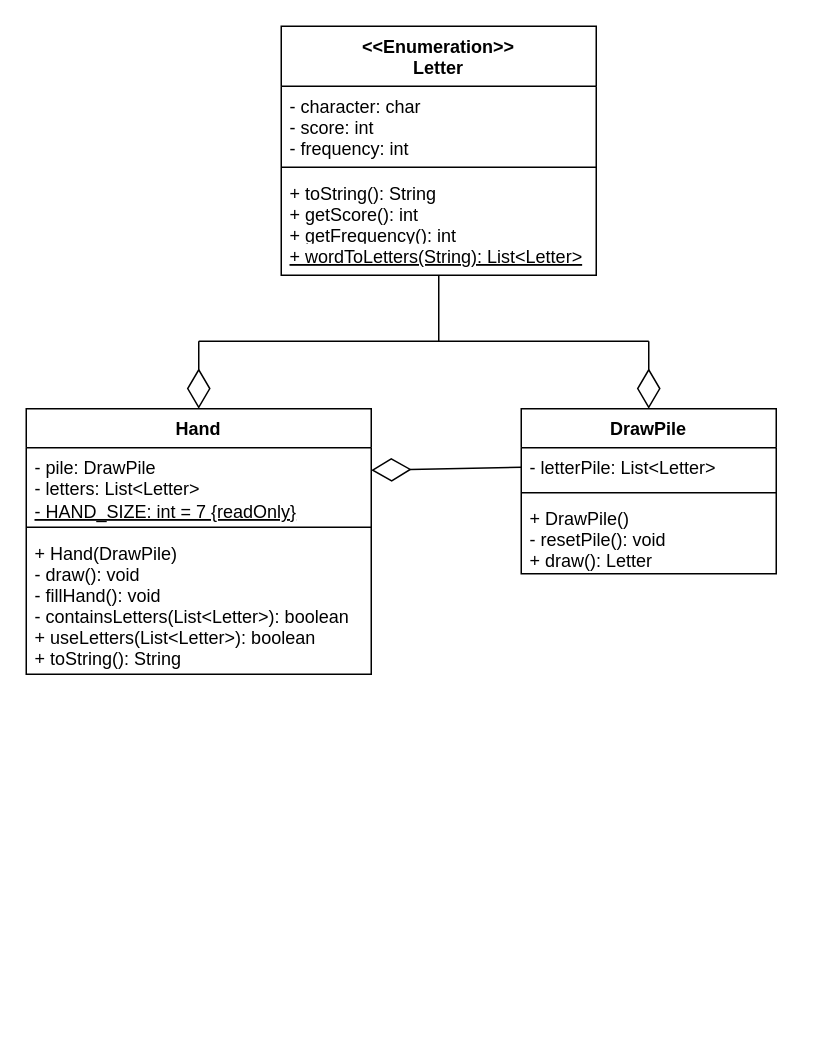
Before: src/ScuffleUML.drawio in trk20/Scuffle, a draw.io diagram. Source tidied: cells renumbered, new cells numbered last; positions are measured from the earlier drawing's top-left corner, leaving out a move shared by most shapes. Both pictures are drawn from the tidied source at 150%, with x=0, y=0 at pixel (26, 26).
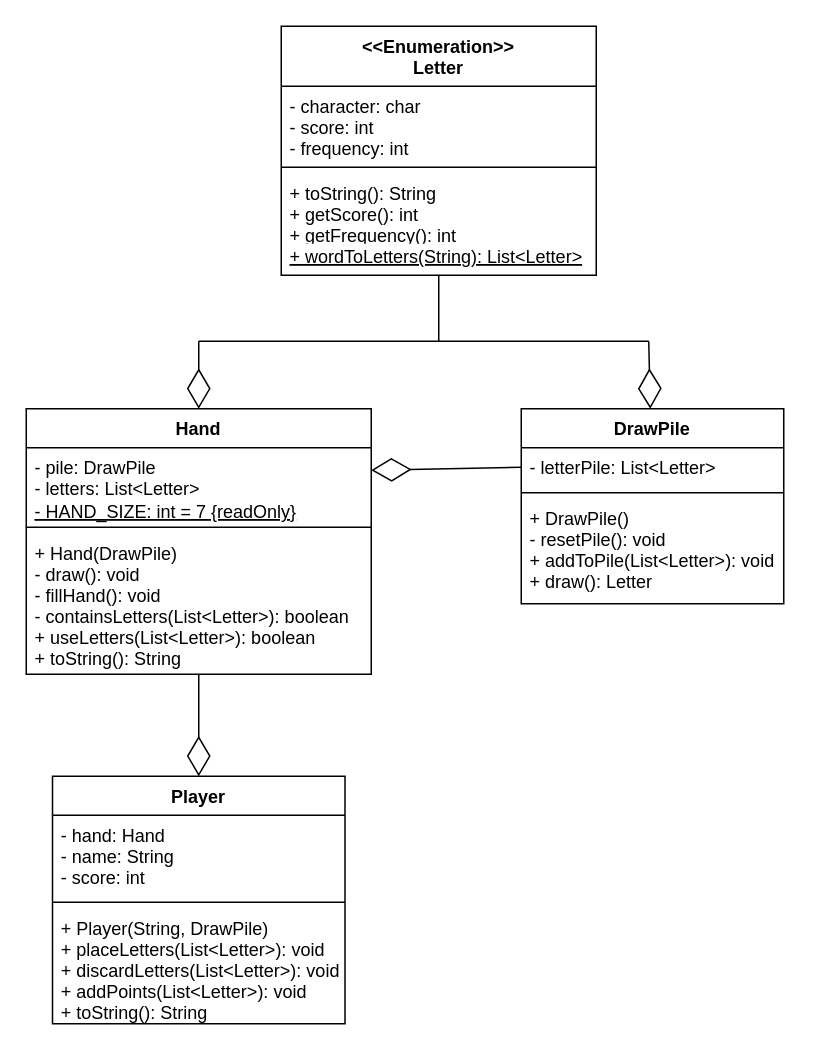
After the change.

Commit message (it also covers changes not shown here):
Player UML

The change refers to these unchanged cells:
```xml
<mxCell id="11" value="+ Hand(DrawPile)&#10;- draw(): void&#10;- fillHand(): void&#10;- containsLetters(List&lt;Letter&gt;): boolean&#10;+ useLetters(List&lt;Letter&gt;): boolean&#10;+ toString(): String" style="text;strokeColor=none;fillColor=none;align=left;verticalAlign=top;spacingLeft=4;spacingRight=4;overflow=hidden;points=[[0,0.5],[1,0.5]];portConstraint=eastwest;" parent="7" vertex="1">
  <mxGeometry y="83" width="230" height="94" as="geometry" />
</mxCell>
```

Change to the diagram source:
```diff
@@
     <mxCell id="2" value="DrawPile" style="swimlane;fontStyle=1;align=center;verticalAlign=top;horizontal=1;startSize=26;" parent="1" vertex="1">
-      <mxGeometry x="330" y="255" width="170" height="110" as="geometry" />
+      <mxGeometry x="330" y="255" width="175" height="130" as="geometry" />
     </mxCell>
     <mxCell id="3" value="- letterPile: List&lt;Letter&gt;" style="text;strokeColor=none;fillColor=none;align=left;verticalAlign=top;spacingLeft=4;spacingRight=4;overflow=hidden;points=[[0,0.5],[1,0.5]];portConstraint=eastwest;" parent="2" vertex="1">
-      <mxGeometry y="26" width="170" height="26" as="geometry" />
+      <mxGeometry y="26" width="175" height="26" as="geometry" />
     </mxCell>
     <mxCell id="4" style="line;strokeWidth=1;fillColor=none;align=left;verticalAlign=middle;spacingTop=-1;spacingLeft=3;spacingRight=3;labelPosition=right;strokeColor=inherit;" parent="2" vertex="1">
-      <mxGeometry y="52" width="170" height="8" as="geometry" />
+      <mxGeometry y="52" width="175" height="8" as="geometry" />
     </mxCell>
-    <mxCell id="5" value="+ DrawPile()&#10;- resetPile(): void&#10;+ draw(): Letter" style="text;strokeColor=none;fillColor=none;align=left;verticalAlign=top;spacingLeft=4;spacingRight=4;overflow=hidden;" parent="2" vertex="1">
-      <mxGeometry y="60" width="170" height="50" as="geometry" />
+    <mxCell id="5" value="+ DrawPile()&#10;- resetPile(): void&#10;+ addToPile(List&lt;Letter&gt;): void&#10;+ draw(): Letter" style="text;strokeColor=none;fillColor=none;align=left;verticalAlign=top;spacingLeft=4;spacingRight=4;overflow=hidden;" parent="2" vertex="1">
+      <mxGeometry y="60" width="175" height="70" as="geometry" />
     </mxCell>
@@
+    <mxCell id="22" value="Player" style="swimlane;fontStyle=1;align=center;verticalAlign=top;horizontal=1;startSize=26;" parent="1" vertex="1">
+      <mxGeometry x="17.5" y="500" width="195" height="165" as="geometry" />
+    </mxCell>
+    <mxCell id="23" value="- hand: Hand&#10;- name: String&#10;- score: int" style="text;strokeColor=none;fillColor=none;align=left;verticalAlign=top;spacingLeft=4;spacingRight=4;overflow=hidden;" parent="22" vertex="1">
+      <mxGeometry y="26" width="195" height="54" as="geometry" />
+    </mxCell>
+    <mxCell id="24" style="line;strokeWidth=1;fillColor=none;align=left;verticalAlign=middle;spacingTop=-1;spacingLeft=3;spacingRight=3;labelPosition=right;" parent="22" vertex="1">
+      <mxGeometry y="80" width="195" height="8" as="geometry" />
+    </mxCell>
+    <mxCell id="25" value="+ Player(String, DrawPile)&#10;+ placeLetters(List&lt;Letter&gt;): void&#10;+ discardLetters(List&lt;Letter&gt;): void&#10;+ addPoints(List&lt;Letter&gt;): void&#10;+ toString(): String" style="text;strokeColor=none;fillColor=none;align=left;verticalAlign=top;spacingLeft=4;spacingRight=4;overflow=hidden;" parent="22" vertex="1">
+      <mxGeometry y="88" width="195" height="77" as="geometry" />
+    </mxCell>
+    <mxCell id="26" style="endArrow=diamondThin;endFill=0;endSize=24;html=1;rounded=0;" parent="1" edge="1" source="11" target="22">
+      <mxGeometry relative="1" as="geometry" />
+    </mxCell>
```
